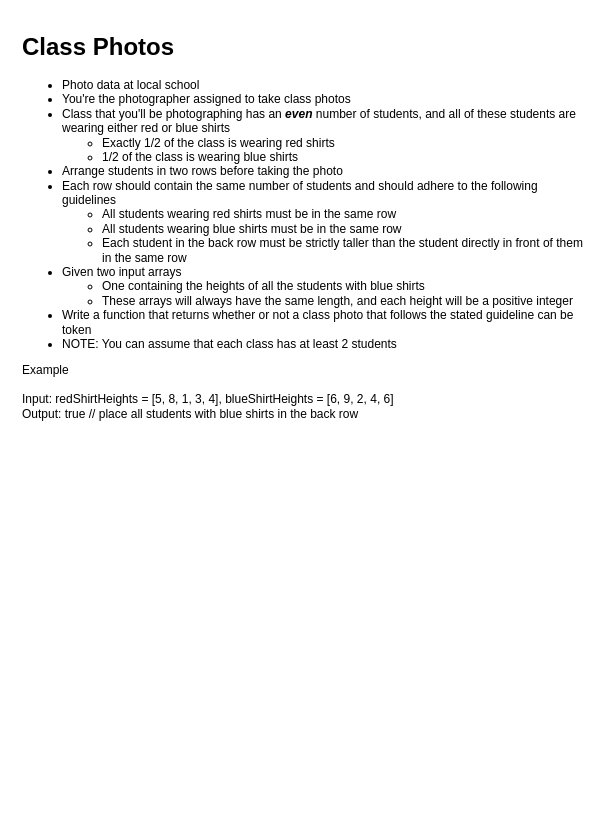
Earlier version of the draw.io diagram src/class-photos.drawio (aj03794/leetcode-problems). Source tidied: cells renumbered, new cells numbered last; positions are measured from the earlier drawing's top-left corner, leaving out a move shared by most shapes. Both pictures are drawn from the tidied source at 100%, with x=0, y=0 at pixel (17, 27).
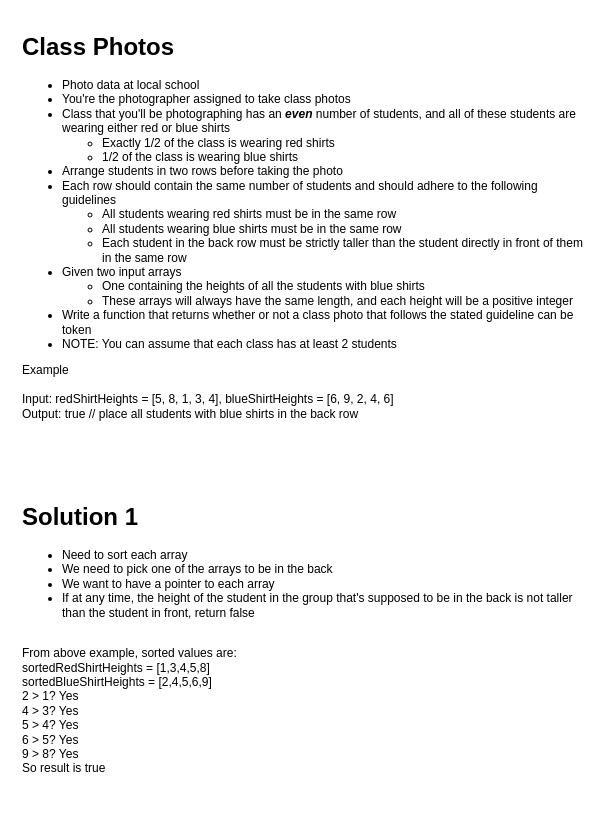
The same page after the edit.

The edit, as a diff of the source:
```diff
@@
 <mxGraphModel>
   <root>
     <mxCell id="0" />
     <mxCell id="1" parent="0" />
     <mxCell id="2" value="&lt;h1&gt;Class Photos&lt;/h1&gt;&lt;p&gt;&lt;/p&gt;&lt;ul&gt;&lt;li&gt;Photo data at local school&lt;/li&gt;&lt;li&gt;You're the photographer assigned to take class photos&lt;/li&gt;&lt;li&gt;Class that you'll be photographing has an &lt;i style=&quot;font-weight: bold;&quot;&gt;even &lt;/i&gt;number of students, and all of these students are wearing either red or blue shirts&lt;/li&gt;&lt;ul&gt;&lt;li&gt;Exactly 1/2 of the class is wearing red shirts&lt;/li&gt;&lt;li&gt;1/2 of the class is wearing blue shirts&lt;/li&gt;&lt;/ul&gt;&lt;li&gt;Arrange students in two rows before taking the photo&lt;/li&gt;&lt;li&gt;Each row should contain the same number of students and should adhere to the following guidelines&lt;/li&gt;&lt;ul&gt;&lt;li&gt;All students wearing red shirts must be in the same row&lt;/li&gt;&lt;li&gt;All students wearing blue shirts must be in the same row&lt;/li&gt;&lt;li&gt;Each student in the back row must be strictly taller than the student directly in front of them in the same row&lt;/li&gt;&lt;/ul&gt;&lt;li&gt;Given two input arrays&lt;/li&gt;&lt;ul&gt;&lt;li&gt;One containing the heights of all the students with blue shirts&lt;/li&gt;&lt;li&gt;These arrays will always have the same length, and each height will be a positive integer&lt;/li&gt;&lt;/ul&gt;&lt;li&gt;Write a function that returns whether or not a class photo that follows the stated guideline can be token&lt;/li&gt;&lt;li&gt;NOTE: You can assume that each class has at least 2 students&lt;/li&gt;&lt;/ul&gt;&lt;div&gt;Example&lt;/div&gt;&lt;div&gt;&lt;br&gt;&lt;/div&gt;&lt;div&gt;Input: redShirtHeights = [5, 8, 1, 3, 4],&amp;nbsp;&lt;span style=&quot;background-color: initial;&quot;&gt;blueShirtHeights = [6, 9, 2, 4, 6]&lt;/span&gt;&lt;/div&gt;&lt;div&gt;Output: true // place all students with blue shirts in the back row&lt;/div&gt;&lt;p&gt;&lt;/p&gt;" style="text;html=1;strokeColor=none;fillColor=none;spacing=5;spacingTop=-20;whiteSpace=wrap;overflow=hidden;rounded=0;" parent="1" vertex="1">
       <mxGeometry width="570" height="430" as="geometry" />
     </mxCell>
+    <mxCell id="3" value="&lt;h1&gt;Solution 1&lt;/h1&gt;&lt;p&gt;&lt;/p&gt;&lt;ul&gt;&lt;li&gt;Need to sort each array&lt;/li&gt;&lt;li&gt;We need to pick one of the arrays to be in the back&lt;/li&gt;&lt;li&gt;We want to have a pointer to each array&lt;/li&gt;&lt;li&gt;If at any time, the height of the student in the group that's supposed to be in the back is not taller than the student in front, return false&lt;/li&gt;&lt;/ul&gt;&lt;div&gt;&lt;br&gt;&lt;/div&gt;&lt;div&gt;From above example, sorted values are:&lt;/div&gt;&lt;div&gt;sortedRedShirtHeights = [1,3,4,5,8]&lt;/div&gt;&lt;div&gt;sortedBlueShirtHeights = [2,4,5,6,9]&lt;/div&gt;&lt;div&gt;2 &amp;gt; 1? Yes&lt;/div&gt;&lt;div&gt;4 &amp;gt; 3? Yes&lt;/div&gt;&lt;div&gt;5 &amp;gt; 4? Yes&lt;/div&gt;&lt;div&gt;6 &amp;gt; 5? Yes&lt;/div&gt;&lt;div&gt;9 &amp;gt; 8? Yes&lt;/div&gt;&lt;div&gt;So result is true&lt;/div&gt;&lt;div&gt;&lt;br&gt;&lt;/div&gt;&lt;div&gt;&lt;br&gt;&lt;/div&gt;&lt;p&gt;&lt;/p&gt;" style="text;html=1;strokeColor=none;fillColor=none;spacing=5;spacingTop=-20;whiteSpace=wrap;overflow=hidden;rounded=0;" parent="1" vertex="1">
+      <mxGeometry y="470" width="560" height="300" as="geometry" />
+    </mxCell>
   </root>
 </mxGraphModel>
```
